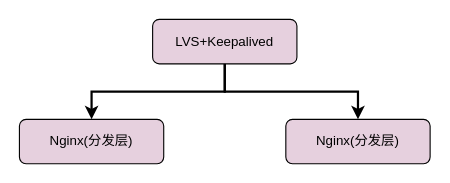
This is 网站架构图.drawio from LiHuiBin1995/study-java, a draw.io file, before an edit. Source tidied: cells renumbered, new cells numbered last; positions are measured from the earlier drawing's top-left corner, leaving out a move shared by most shapes. Both pictures are drawn from the tidied source at 111%, with x=0, y=0 at pixel (19, 19).
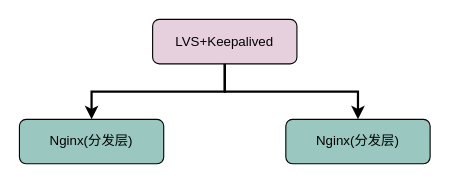
The same page after the edit.

Commit message (it also covers changes not shown here):
更新网站架构图.drawio

The edit, as a diff of the source:
```diff
@@
 <mxGraphModel>
   <root>
     <mxCell id="0" />
     <mxCell id="1" parent="0" />
     <mxCell id="2" style="edgeStyle=orthogonalEdgeStyle;rounded=0;jettySize=auto;html=1;strokeWidth=2;" parent="1" edge="1" source="4" target="5">
       <mxGeometry relative="1" as="geometry" />
     </mxCell>
     <mxCell id="3" style="edgeStyle=orthogonalEdgeStyle;rounded=0;jettySize=auto;html=1;exitX=0.5;exitY=1;exitDx=0;exitDy=0;entryX=0.5;entryY=0;entryDx=0;entryDy=0;strokeWidth=2;" parent="1" edge="1" source="4" target="6">
       <mxGeometry relative="1" as="geometry" />
     </mxCell>
     <mxCell id="4" value="LVS+Keepalived" style="rounded=1;whiteSpace=wrap;html=1;fillColor=#E6D0DE;" parent="1" vertex="1">
       <mxGeometry x="120" width="130" height="40" as="geometry" />
     </mxCell>
-    <mxCell id="5" value="Nginx(分发层)" style="rounded=1;whiteSpace=wrap;html=1;fillColor=#E6D0DE;" parent="1" vertex="1">
+    <mxCell id="5" value="Nginx(分发层)" style="rounded=1;whiteSpace=wrap;html=1;fillColor=#9AC7BF;" parent="1" vertex="1">
       <mxGeometry y="90" width="130" height="40" as="geometry" />
     </mxCell>
-    <mxCell id="6" value="Nginx(分发层)" style="rounded=1;whiteSpace=wrap;html=1;fillColor=#E6D0DE;" parent="1" vertex="1">
+    <mxCell id="6" value="Nginx(分发层)" style="rounded=1;whiteSpace=wrap;html=1;fillColor=#9AC7BF;" parent="1" vertex="1">
       <mxGeometry x="240" y="90" width="130" height="40" as="geometry" />
     </mxCell>
   </root>
 </mxGraphModel>
```
